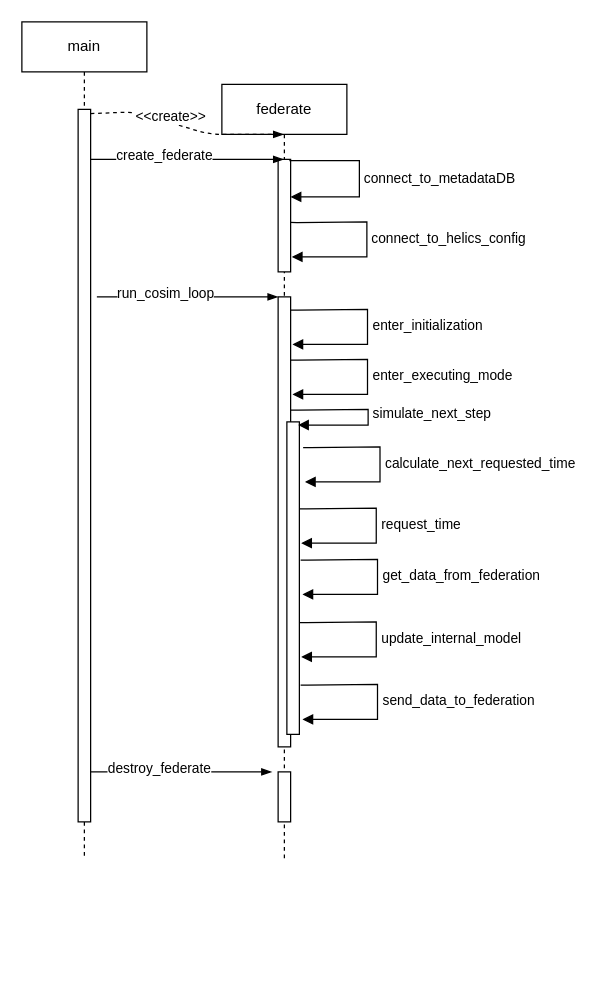
Before: docs/federate_class_sequence.drawio in pnnl/cst, a draw.io diagram. Source tidied: cells renumbered, new cells numbered last; positions are measured from the earlier drawing's top-left corner, leaving out a move shared by most shapes. Both pictures are drawn from the tidied source at 125%, with x=0, y=0 at pixel (21, 21).
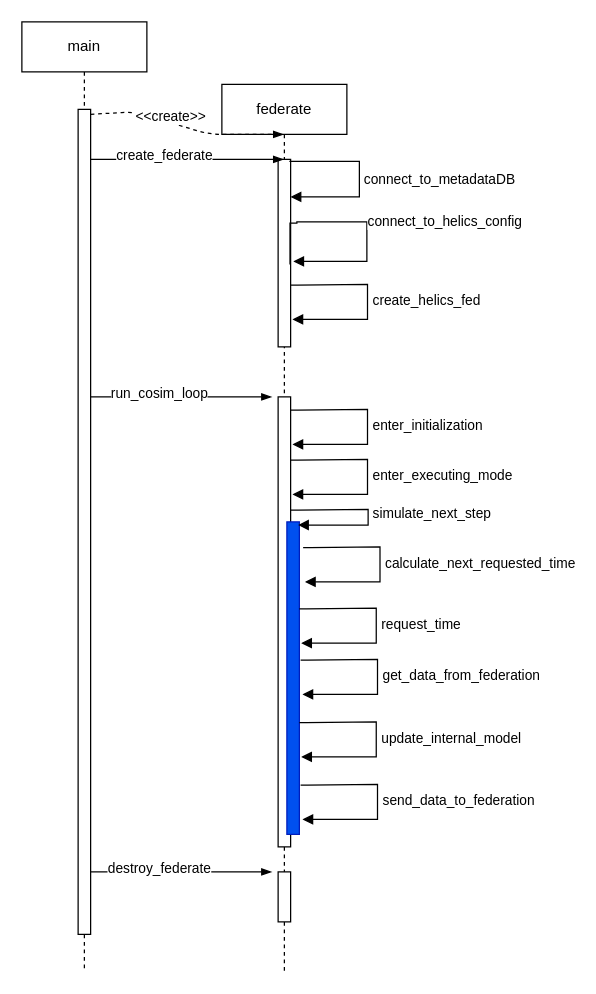
The same page after the edit.

What changed in the source:
```diff
@@
     <mxCell id="2" value="main" style="shape=umlLifeline;perimeter=lifelinePerimeter;whiteSpace=wrap;html=1;" parent="1" vertex="1">
-      <mxGeometry width="100" height="670" as="geometry" />
+      <mxGeometry width="100" height="760" as="geometry" />
     </mxCell>
     <mxCell id="3" style="html=1;points=[];perimeter=orthogonalPerimeter;" parent="2" vertex="1">
-      <mxGeometry x="45" y="70" width="10" height="570" as="geometry" />
+      <mxGeometry x="45" y="70" width="10" height="660" as="geometry" />
     </mxCell>
-    <mxCell id="4" style="fontSize=12;html=1;endArrow=blockThin;endFill=1;" parent="2" edge="1">
-      <mxGeometry relative="1" as="geometry">
-        <mxPoint x="55" y="600" as="sourcePoint" />
-        <mxPoint x="200" y="600" as="targetPoint" />
-        <Array as="points">
-          <mxPoint x="60.5" y="600" />
-        </Array>
-      </mxGeometry>
-    </mxCell>
-    <mxCell id="5" value="destroy_federate" style="edgeLabel;html=1;align=center;verticalAlign=middle;" parent="4" vertex="1">
-      <mxGeometry x="-0.25" y="4" relative="1" as="geometry" />
-    </mxCell>
+    <mxCell id="10" style="fontSize=12;html=1;endArrow=blockThin;endFill=1;" parent="2" edge="1">
+      <mxGeometry relative="1" as="geometry">
+        <mxPoint x="55" y="300" as="sourcePoint" />
+        <mxPoint x="200" y="300" as="targetPoint" />
+        <Array as="points">
+          <mxPoint x="60.5" y="300" />
+        </Array>
+      </mxGeometry>
+    </mxCell>
+    <mxCell id="11" value="run_cosim_loop" style="edgeLabel;html=1;align=center;verticalAlign=middle;" parent="10" vertex="1">
+      <mxGeometry x="-0.25" y="4" relative="1" as="geometry" />
+    </mxCell>
     <mxCell id="6" value="federate" style="shape=umlLifeline;perimeter=lifelinePerimeter;whiteSpace=wrap;html=1;outlineConnect=0;size=40;" parent="1" vertex="1">
-      <mxGeometry x="160" y="50" width="100" height="620" as="geometry" />
+      <mxGeometry x="160" y="50" width="100" height="710" as="geometry" />
     </mxCell>
     <mxCell id="7" style="html=1;points=[];perimeter=orthogonalPerimeter;" parent="6" vertex="1">
-      <mxGeometry x="45" y="60" width="10" height="90" as="geometry" />
+      <mxGeometry x="45" y="60" width="10" height="150" as="geometry" />
     </mxCell>
@@
     <mxCell id="9" style="html=1;perimeter=orthogonalPerimeter;" parent="6" vertex="1">
-      <mxGeometry x="45" y="170" width="10" height="360" as="geometry" />
+      <mxGeometry x="45" y="250" width="10" height="360" as="geometry" />
     </mxCell>
-    <mxCell id="10" style="fontSize=12;html=1;endArrow=blockThin;endFill=1;" parent="6" edge="1">
-      <mxGeometry relative="1" as="geometry">
-        <mxPoint x="-100" y="170" as="sourcePoint" />
-        <mxPoint x="45" y="170" as="targetPoint" />
-        <Array as="points">
-          <mxPoint x="-94.5" y="170" />
-        </Array>
-      </mxGeometry>
-    </mxCell>
-    <mxCell id="11" value="run_cosim_loop" style="edgeLabel;html=1;align=center;verticalAlign=middle;" parent="10" vertex="1">
-      <mxGeometry x="-0.25" y="4" relative="1" as="geometry" />
-    </mxCell>
-    <mxCell id="12" value="connect_to_helics_config" style="edgeStyle=orthogonalEdgeStyle;html=1;align=left;spacingLeft=2;endArrow=block;rounded=0;exitX=0.95;exitY=0.561;exitDx=0;exitDy=0;exitPerimeter=0;entryX=1.1;entryY=0.867;entryDx=0;entryDy=0;entryPerimeter=0;" parent="6" edge="1" source="7" target="7">
+    <mxCell id="12" value="connect_to_helics_config" style="edgeStyle=orthogonalEdgeStyle;html=1;align=left;spacingLeft=2;endArrow=block;rounded=0;exitX=0.95;exitY=0.561;exitDx=0;exitDy=0;exitPerimeter=0;entryX=1.22;entryY=0.544;entryDx=0;entryDy=0;entryPerimeter=0;" parent="6" edge="1" source="7" target="7">
       <mxGeometry relative="1" as="geometry">
         <Array as="points">
+          <mxPoint x="54" y="111" />
           <mxPoint x="60" y="111" />
+          <mxPoint x="60" y="110" />
           <mxPoint x="116" y="110" />
-          <mxPoint x="116" y="138" />
+          <mxPoint x="116" y="142" />
         </Array>
       </mxGeometry>
     </mxCell>
     <mxCell id="13" value="enter_initialization" style="edgeStyle=orthogonalEdgeStyle;html=1;align=left;spacingLeft=2;endArrow=block;rounded=0;exitX=0.95;exitY=0.561;exitDx=0;exitDy=0;exitPerimeter=0;entryX=1.1;entryY=0.867;entryDx=0;entryDy=0;entryPerimeter=0;" parent="6" edge="1">
       <mxGeometry relative="1" as="geometry">
-        <mxPoint x="55" y="180.5" as="sourcePoint" />
-        <mxPoint x="56.5" y="208" as="targetPoint" />
+        <mxPoint x="55" y="260.5" as="sourcePoint" />
+        <mxPoint x="56.5" y="288" as="targetPoint" />
         <Array as="points">
-          <mxPoint x="60.5" y="181" />
-          <mxPoint x="116.5" y="180" />
-          <mxPoint x="116.5" y="208" />
+          <mxPoint x="60.5" y="261" />
+          <mxPoint x="116.5" y="260" />
+          <mxPoint x="116.5" y="288" />
         </Array>
       </mxGeometry>
     </mxCell>
     <mxCell id="14" value="enter_executing_mode" style="edgeStyle=orthogonalEdgeStyle;html=1;align=left;spacingLeft=2;endArrow=block;rounded=0;exitX=0.95;exitY=0.561;exitDx=0;exitDy=0;exitPerimeter=0;entryX=1.1;entryY=0.867;entryDx=0;entryDy=0;entryPerimeter=0;" parent="6" edge="1">
       <mxGeometry relative="1" as="geometry">
-        <mxPoint x="55" y="220.5" as="sourcePoint" />
-        <mxPoint x="56.5" y="248" as="targetPoint" />
+        <mxPoint x="55" y="300.5" as="sourcePoint" />
+        <mxPoint x="56.5" y="328" as="targetPoint" />
         <Array as="points">
-          <mxPoint x="60.5" y="221" />
-          <mxPoint x="116.5" y="220" />
-          <mxPoint x="116.5" y="248" />
+          <mxPoint x="60.5" y="301" />
+          <mxPoint x="116.5" y="300" />
+          <mxPoint x="116.5" y="328" />
         </Array>
       </mxGeometry>
     </mxCell>
-    <mxCell id="15" style="html=1;points=[];perimeter=orthogonalPerimeter;" parent="6" vertex="1">
-      <mxGeometry x="52" y="270" width="10" height="250" as="geometry" />
+    <mxCell id="15" style="html=1;points=[];perimeter=orthogonalPerimeter;fillColor=#0050ef;fontColor=#ffffff;strokeColor=#001DBC;" parent="6" vertex="1">
+      <mxGeometry x="52" y="350" width="10" height="250" as="geometry" />
     </mxCell>
     <mxCell id="16" value="simulate_next_step" style="edgeStyle=orthogonalEdgeStyle;html=1;align=left;spacingLeft=2;endArrow=block;rounded=0;exitX=0.95;exitY=0.561;exitDx=0;exitDy=0;exitPerimeter=0;entryX=0.9;entryY=0.01;entryDx=0;entryDy=0;entryPerimeter=0;" parent="6" edge="1" target="15">
       <mxGeometry relative="1" as="geometry">
-        <mxPoint x="55" y="260.5" as="sourcePoint" />
+        <mxPoint x="55" y="340.5" as="sourcePoint" />
         <Array as="points">
-          <mxPoint x="61" y="261" />
-          <mxPoint x="117" y="260" />
-          <mxPoint x="117" y="272" />
+          <mxPoint x="61" y="341" />
+          <mxPoint x="117" y="340" />
+          <mxPoint x="117" y="352" />
         </Array>
       </mxGeometry>
     </mxCell>
     <mxCell id="17" style="html=1;perimeter=orthogonalPerimeter;" parent="6" vertex="1">
-      <mxGeometry x="45" y="550" width="10" height="40" as="geometry" />
+      <mxGeometry x="45" y="630" width="10" height="40" as="geometry" />
     </mxCell>
+    <mxCell id="27" value="create_helics_fed" style="edgeStyle=orthogonalEdgeStyle;html=1;align=left;spacingLeft=2;endArrow=block;rounded=0;exitX=0.95;exitY=0.561;exitDx=0;exitDy=0;exitPerimeter=0;entryX=1.1;entryY=0.867;entryDx=0;entryDy=0;entryPerimeter=0;" parent="6" edge="1">
+      <mxGeometry relative="1" as="geometry">
+        <mxPoint x="55" y="160.5" as="sourcePoint" />
+        <mxPoint x="56.5" y="188" as="targetPoint" />
+        <Array as="points">
+          <mxPoint x="60.5" y="161" />
+          <mxPoint x="116.5" y="160" />
+          <mxPoint x="116.5" y="188" />
+        </Array>
+      </mxGeometry>
+    </mxCell>
@@
     <mxCell id="22" value="calculate_next_requested_time" style="edgeStyle=orthogonalEdgeStyle;html=1;align=left;spacingLeft=2;endArrow=block;rounded=0;exitX=0.95;exitY=0.561;exitDx=0;exitDy=0;exitPerimeter=0;entryX=1.1;entryY=0.867;entryDx=0;entryDy=0;entryPerimeter=0;" parent="1" edge="1">
       <mxGeometry relative="1" as="geometry">
-        <mxPoint x="225" y="340.5" as="sourcePoint" />
-        <mxPoint x="226.5" y="368" as="targetPoint" />
+        <mxPoint x="225" y="420.5" as="sourcePoint" />
+        <mxPoint x="226.5" y="448" as="targetPoint" />
         <Array as="points">
-          <mxPoint x="230.5" y="341" />
-          <mxPoint x="286.5" y="340" />
-          <mxPoint x="286.5" y="368" />
+          <mxPoint x="230.5" y="421" />
+          <mxPoint x="286.5" y="420" />
+          <mxPoint x="286.5" y="448" />
         </Array>
       </mxGeometry>
     </mxCell>
     <mxCell id="23" value="request_time" style="edgeStyle=orthogonalEdgeStyle;html=1;align=left;spacingLeft=2;endArrow=block;rounded=0;exitX=0.95;exitY=0.561;exitDx=0;exitDy=0;exitPerimeter=0;entryX=1.1;entryY=0.867;entryDx=0;entryDy=0;entryPerimeter=0;" parent="1" edge="1">
       <mxGeometry relative="1" as="geometry">
-        <mxPoint x="222" y="389.5" as="sourcePoint" />
-        <mxPoint x="223.5" y="417" as="targetPoint" />
+        <mxPoint x="222" y="469.5" as="sourcePoint" />
+        <mxPoint x="223.5" y="497" as="targetPoint" />
         <Array as="points">
-          <mxPoint x="227.5" y="390" />
-          <mxPoint x="283.5" y="389" />
-          <mxPoint x="283.5" y="417" />
+          <mxPoint x="227.5" y="470" />
+          <mxPoint x="283.5" y="469" />
+          <mxPoint x="283.5" y="497" />
         </Array>
       </mxGeometry>
     </mxCell>
     <mxCell id="24" value="get_data_from_federation" style="edgeStyle=orthogonalEdgeStyle;html=1;align=left;spacingLeft=2;endArrow=block;rounded=0;exitX=0.95;exitY=0.561;exitDx=0;exitDy=0;exitPerimeter=0;entryX=1.1;entryY=0.867;entryDx=0;entryDy=0;entryPerimeter=0;" parent="1" edge="1">
       <mxGeometry relative="1" as="geometry">
-        <mxPoint x="223" y="430.5" as="sourcePoint" />
-        <mxPoint x="224.5" y="458" as="targetPoint" />
+        <mxPoint x="223" y="510.5" as="sourcePoint" />
+        <mxPoint x="224.5" y="538" as="targetPoint" />
         <Array as="points">
-          <mxPoint x="228.5" y="431" />
-          <mxPoint x="284.5" y="430" />
-          <mxPoint x="284.5" y="458" />
+          <mxPoint x="228.5" y="511" />
+          <mxPoint x="284.5" y="510" />
+          <mxPoint x="284.5" y="538" />
         </Array>
       </mxGeometry>
     </mxCell>
     <mxCell id="25" value="update_internal_model" style="edgeStyle=orthogonalEdgeStyle;html=1;align=left;spacingLeft=2;endArrow=block;rounded=0;exitX=0.95;exitY=0.561;exitDx=0;exitDy=0;exitPerimeter=0;entryX=1.1;entryY=0.867;entryDx=0;entryDy=0;entryPerimeter=0;" parent="1" edge="1">
       <mxGeometry relative="1" as="geometry">
-        <mxPoint x="222" y="480.5" as="sourcePoint" />
-        <mxPoint x="223.5" y="508" as="targetPoint" />
+        <mxPoint x="222" y="560.5" as="sourcePoint" />
+        <mxPoint x="223.5" y="588" as="targetPoint" />
         <Array as="points">
-          <mxPoint x="227.5" y="481" />
-          <mxPoint x="283.5" y="480" />
-          <mxPoint x="283.5" y="508" />
+          <mxPoint x="227.5" y="561" />
+          <mxPoint x="283.5" y="560" />
+          <mxPoint x="283.5" y="588" />
         </Array>
       </mxGeometry>
     </mxCell>
     <mxCell id="26" value="send_data_to_federation" style="edgeStyle=orthogonalEdgeStyle;html=1;align=left;spacingLeft=2;endArrow=block;rounded=0;exitX=0.95;exitY=0.561;exitDx=0;exitDy=0;exitPerimeter=0;entryX=1.1;entryY=0.867;entryDx=0;entryDy=0;entryPerimeter=0;" parent="1" edge="1">
       <mxGeometry relative="1" as="geometry">
-        <mxPoint x="223" y="530.5" as="sourcePoint" />
-        <mxPoint x="224.5" y="558" as="targetPoint" />
+        <mxPoint x="223" y="610.5" as="sourcePoint" />
+        <mxPoint x="224.5" y="638" as="targetPoint" />
         <Array as="points">
-          <mxPoint x="228.5" y="531" />
-          <mxPoint x="284.5" y="530" />
-          <mxPoint x="284.5" y="558" />
+          <mxPoint x="228.5" y="611" />
+          <mxPoint x="284.5" y="610" />
+          <mxPoint x="284.5" y="638" />
         </Array>
       </mxGeometry>
     </mxCell>
+    <mxCell id="4" style="fontSize=12;html=1;endArrow=blockThin;endFill=1;" parent="1" edge="1">
+      <mxGeometry relative="1" as="geometry">
+        <mxPoint x="55" y="680" as="sourcePoint" />
+        <mxPoint x="200" y="680" as="targetPoint" />
+        <Array as="points">
+          <mxPoint x="60.5" y="680" />
+        </Array>
+      </mxGeometry>
+    </mxCell>
+    <mxCell id="5" value="destroy_federate" style="edgeLabel;html=1;align=center;verticalAlign=middle;" parent="4" vertex="1">
+      <mxGeometry x="-0.25" y="4" relative="1" as="geometry" />
+    </mxCell>
```
